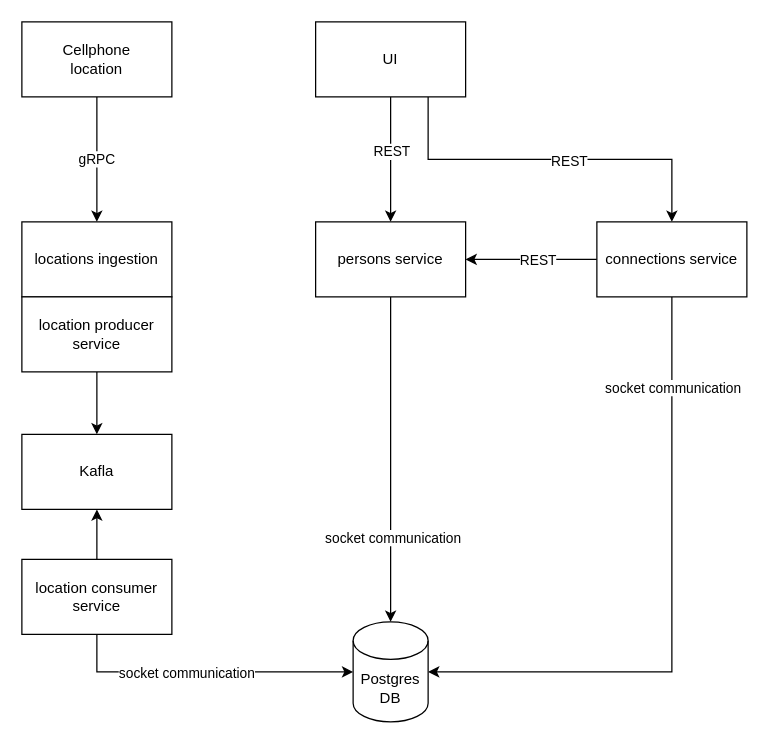
Earlier version of the draw.io diagram architecture.drawio (immbaur/nd064-c2-message-passing-projects-starter). Source tidied: cells renumbered, new cells numbered last; positions are measured from the earlier drawing's top-left corner, leaving out a move shared by most shapes. Both pictures are drawn from the tidied source at 125%, with x=0, y=0 at pixel (21, 21).
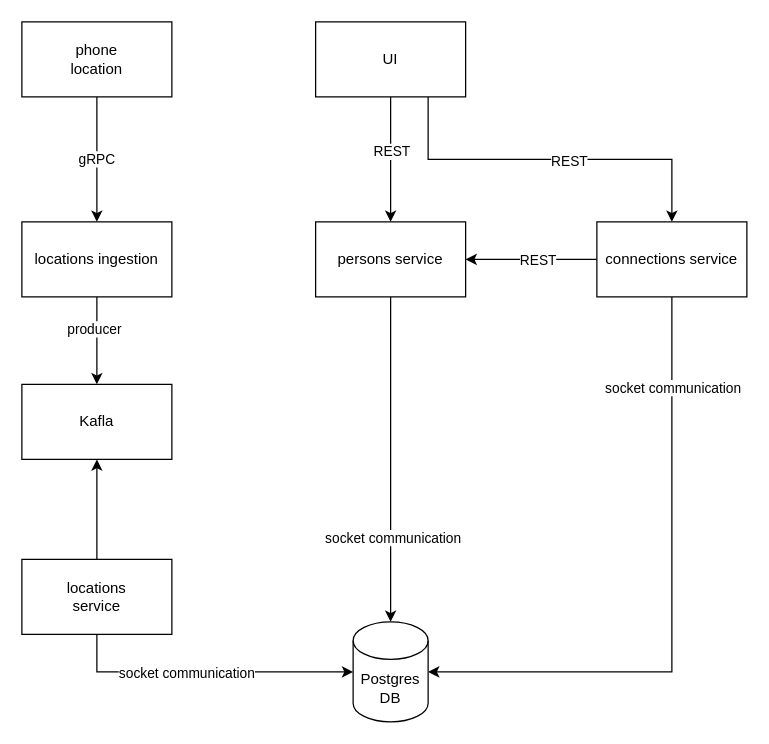
Above is the later version.

Commit message (it also covers changes not shown here):
rename locations ingestion

Unchanged cells that the change refers to:
```xml
<mxCell id="15" value="locations ingestion" style="rounded=0;whiteSpace=wrap;html=1;" parent="1" vertex="1">
  <mxGeometry y="160" width="120" height="60" as="geometry" />
</mxCell>
```

Change to the diagram source:
```diff
@@
-    <mxCell id="20" value="location consumer&lt;br&gt;service" style="rounded=0;whiteSpace=wrap;html=1;" parent="1" vertex="1">
+    <mxCell id="20" value="locations&lt;br&gt;service" style="rounded=0;whiteSpace=wrap;html=1;" parent="1" vertex="1">
       <mxGeometry y="430" width="120" height="60" as="geometry" />
     </mxCell>
-    <mxCell id="21" style="edgeStyle=orthogonalEdgeStyle;rounded=0;jettySize=auto;html=1;exitX=0.5;exitY=1;exitDx=0;exitDy=0;entryX=0.5;entryY=0;entryDx=0;entryDy=0;startArrow=none;startFill=0;" parent="1" edge="1" source="22" target="26">
+    <mxCell id="21" style="edgeStyle=orthogonalEdgeStyle;rounded=0;jettySize=auto;html=1;exitX=0.5;exitY=1;exitDx=0;exitDy=0;entryX=0.5;entryY=0;entryDx=0;entryDy=0;startArrow=none;startFill=0;" parent="1" edge="1" source="15" target="26">
       <mxGeometry relative="1" as="geometry" />
     </mxCell>
-    <mxCell id="22" value="location producer service" style="rounded=0;whiteSpace=wrap;html=1;" parent="1" vertex="1">
-      <mxGeometry y="220" width="120" height="60" as="geometry" />
-    </mxCell>
+    <mxCell id="27" value="producer" style="edgeLabel;html=1;align=center;verticalAlign=middle;" parent="21" vertex="1">
+      <mxGeometry x="-0.29" y="-3" relative="1" as="geometry" />
+    </mxCell>
@@
-    <mxCell id="25" value="Cellphone &lt;br&gt;location" style="rounded=0;whiteSpace=wrap;html=1;" parent="1" vertex="1">
+    <mxCell id="25" value="phone&lt;br&gt;location" style="rounded=0;whiteSpace=wrap;html=1;" parent="1" vertex="1">
       <mxGeometry width="120" height="60" as="geometry" />
     </mxCell>
     <mxCell id="26" value="Kafla" style="rounded=0;whiteSpace=wrap;html=1;" parent="1" vertex="1">
-      <mxGeometry y="330" width="120" height="60" as="geometry" />
+      <mxGeometry y="290" width="120" height="60" as="geometry" />
     </mxCell>
```
